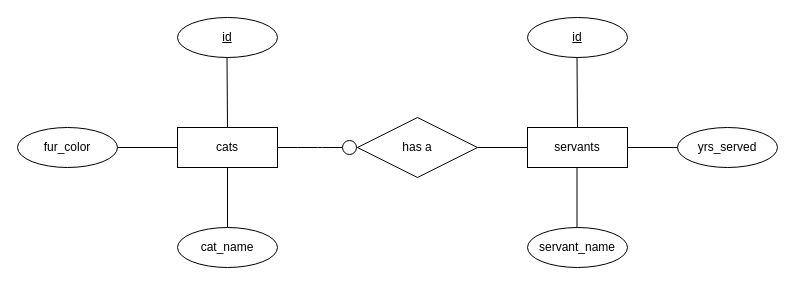
Above: kardinalitaet_1_1/01_1-1.drawio in yWarsame/02_DB_Models (draw.io), before the change. Source tidied: cells renumbered, new cells numbered last; positions are measured from the earlier drawing's top-left corner, leaving out a move shared by most shapes. Both pictures are drawn from the tidied source at 100%, with x=0, y=0 at pixel (17, 17).
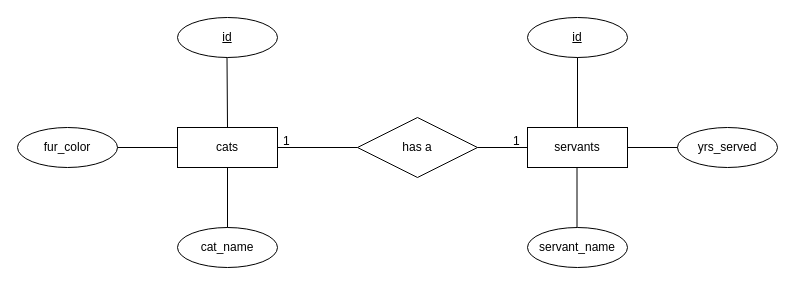
The same page after the edit.

Commit message:
01/ chen diagramme update

Unchanged cells that the change refers to:
```xml
<mxCell id="5" value="cats" style="whiteSpace=wrap;html=1;align=center;" parent="1" vertex="1">
  <mxGeometry x="160" y="110" width="100" height="40" as="geometry" />
</mxCell>
<mxCell id="6" value="id" style="ellipse;whiteSpace=wrap;html=1;align=center;fontStyle=4;" parent="1" vertex="1">
  <mxGeometry x="510" width="100" height="40" as="geometry" />
</mxCell>
<mxCell id="8" value="servants" style="whiteSpace=wrap;html=1;align=center;" parent="1" vertex="1">
  <mxGeometry x="510" y="110" width="100" height="40" as="geometry" />
</mxCell>
<mxCell id="9" value="has a" style="shape=rhombus;perimeter=rhombusPerimeter;whiteSpace=wrap;html=1;align=center;" parent="1" vertex="1">
  <mxGeometry x="340" y="100" width="120" height="60" as="geometry" />
</mxCell>
```

The edit, as a diff of the source:
```diff
@@
-    <mxCell id="16" style="endArrow=none;html=1;rounded=0;exitX=0.5;exitY=1;exitDx=0;exitDy=0;entryX=0.5;entryY=0;entryDx=0;entryDy=0;" parent="1" edge="1" target="8">
-      <mxGeometry relative="1" as="geometry">
-        <mxPoint x="559.5" y="40" as="sourcePoint" />
-      </mxGeometry>
-    </mxCell>
@@
-    <mxCell id="18" style="edgeStyle=entityRelationEdgeStyle;fontSize=12;html=1;endArrow=circle;exitX=1;exitY=0.5;exitDx=0;exitDy=0;entryX=0;entryY=0.5;entryDx=0;entryDy=0;endFill=0;" parent="1" edge="1" source="5" target="9">
-      <mxGeometry relative="1" as="geometry" />
-    </mxCell>
+    <mxCell id="19" style="endArrow=none;html=1;rounded=0;entryX=0.5;entryY=0;entryDx=0;entryDy=0;exitX=0.5;exitY=1;exitDx=0;exitDy=0;" parent="1" edge="1" source="6" target="8">
+      <mxGeometry relative="1" as="geometry" />
+    </mxCell>
+    <mxCell id="20" style="endArrow=none;html=1;rounded=0;exitX=1;exitY=0.5;exitDx=0;exitDy=0;" parent="1" edge="1" source="5">
+      <mxGeometry relative="1" as="geometry">
+        <mxPoint x="340" y="130" as="targetPoint" />
+      </mxGeometry>
+    </mxCell>
+    <mxCell id="21" value="1" style="text;strokeColor=none;fillColor=none;spacingLeft=4;spacingRight=4;overflow=hidden;fontSize=12;whiteSpace=wrap;html=1;" parent="1" vertex="1">
+      <mxGeometry x="260" y="110" width="40" height="30" as="geometry" />
+    </mxCell>
+    <mxCell id="22" value="1" style="text;strokeColor=none;fillColor=none;spacingLeft=4;spacingRight=4;overflow=hidden;fontSize=12;whiteSpace=wrap;html=1;" parent="1" vertex="1">
+      <mxGeometry x="490" y="110" width="40" height="30" as="geometry" />
+    </mxCell>
```
